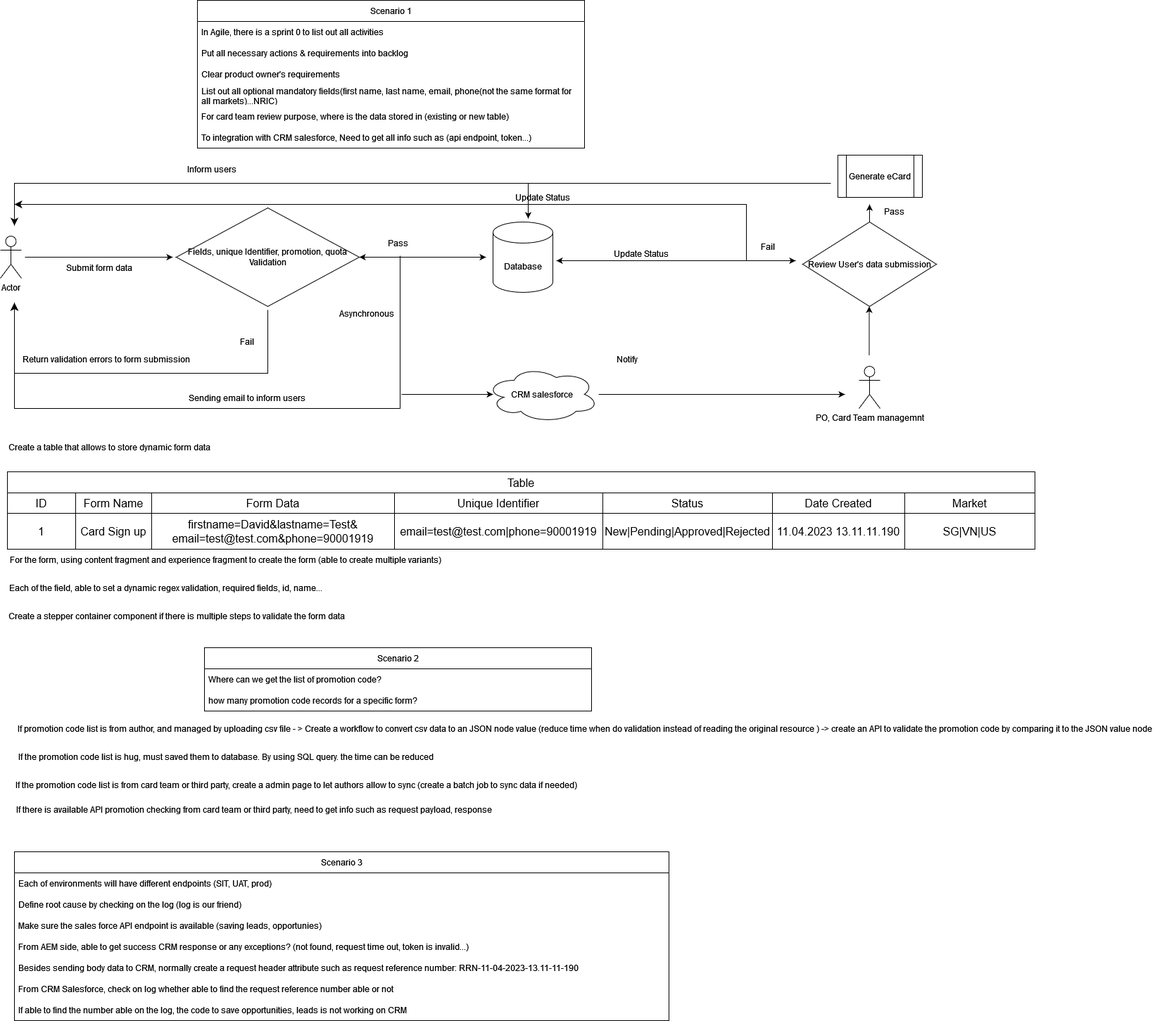
Earlier version of the draw.io export Untitled Diagram.drawio.png (huy3890/test). Source tidied: cells renumbered, new cells last; positions are measured from the earlier drawing's top-left corner, leaving out a move shared by most shapes.
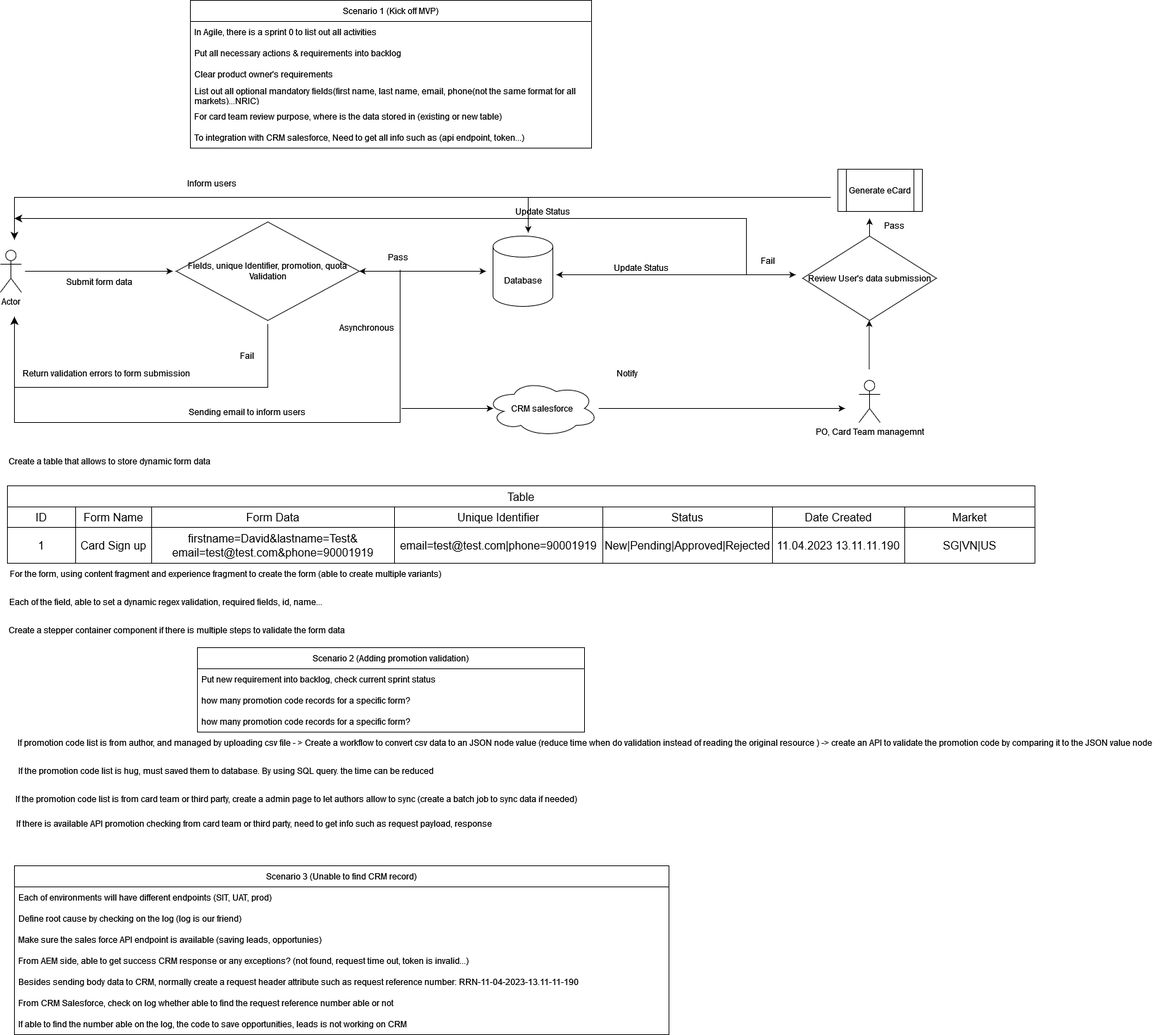
After the change.

The edit, as a diff of the source:
```diff
@@ -2,26 +2,26 @@
   <root>
     <mxCell id="0" />
     <mxCell id="1" parent="0" />
-    <mxCell id="2" value="Scenario 1" style="swimlane;fontStyle=0;horizontal=1;startSize=30;whiteSpace=wrap;html=1;" parent="1" vertex="1">
-      <mxGeometry x="280" width="550" height="210" as="geometry" />
+    <mxCell id="2" value="Scenario 1 (Kick off MVP)" style="swimlane;fontStyle=0;horizontal=1;startSize=30;whiteSpace=wrap;html=1;" parent="1" vertex="1">
+      <mxGeometry x="270" y="-20" width="570" height="210" as="geometry" />
     </mxCell>
     <mxCell id="3" value="In Agile, there is a sprint 0 to list out all activities" style="text;strokeColor=none;fillColor=none;align=left;verticalAlign=middle;spacingLeft=4;spacingRight=4;overflow=hidden;whiteSpace=wrap;html=1;" parent="2" vertex="1">
-      <mxGeometry y="30" width="550" height="30" as="geometry" />
+      <mxGeometry y="30" width="570" height="30" as="geometry" />
     </mxCell>
     <mxCell id="4" value="Put all necessary actions &amp;amp; requirements into backlog&amp;nbsp; " style="text;strokeColor=none;fillColor=none;align=left;verticalAlign=middle;spacingLeft=4;spacingRight=4;overflow=hidden;whiteSpace=wrap;html=1;" parent="2" vertex="1">
-      <mxGeometry y="60" width="550" height="30" as="geometry" />
+      <mxGeometry y="60" width="570" height="30" as="geometry" />
     </mxCell>
     <mxCell id="5" value="Clear product owner's requirements" style="text;strokeColor=none;fillColor=none;align=left;verticalAlign=middle;spacingLeft=4;spacingRight=4;overflow=hidden;whiteSpace=wrap;html=1;" parent="2" vertex="1">
-      <mxGeometry y="90" width="550" height="30" as="geometry" />
+      <mxGeometry y="90" width="570" height="30" as="geometry" />
     </mxCell>
     <mxCell id="6" value="List out all optional mandatory fields(first name, last name, email, phone(not the same format for all markets)...NRIC)" style="text;strokeColor=none;fillColor=none;align=left;verticalAlign=middle;spacingLeft=4;spacingRight=4;overflow=hidden;whiteSpace=wrap;html=1;" parent="2" vertex="1">
-      <mxGeometry y="120" width="550" height="30" as="geometry" />
+      <mxGeometry y="120" width="570" height="30" as="geometry" />
     </mxCell>
     <mxCell id="7" value="For card team review purpose, where is the data stored in (existing or new table)" style="text;strokeColor=none;fillColor=none;align=left;verticalAlign=middle;spacingLeft=4;spacingRight=4;overflow=hidden;whiteSpace=wrap;html=1;" parent="2" vertex="1">
-      <mxGeometry y="150" width="550" height="30" as="geometry" />
+      <mxGeometry y="150" width="570" height="30" as="geometry" />
     </mxCell>
     <mxCell id="8" value="To integration with CRM salesforce, Need to get all info such as (api endpoint, token...)" style="text;strokeColor=none;fillColor=none;align=left;verticalAlign=middle;spacingLeft=4;spacingRight=4;overflow=hidden;whiteSpace=wrap;html=1;" parent="2" vertex="1">
-      <mxGeometry y="180" width="550" height="30" as="geometry" />
+      <mxGeometry y="180" width="570" height="30" as="geometry" />
     </mxCell>
     <mxCell id="9" value="Table" style="shape=table;startSize=30;strokeColor=default;fontSize=16;" parent="1" vertex="1">
       <mxGeometry x="10" y="670" width="1460" height="110" as="geometry" />
@@ -122,14 +122,17 @@
     <mxCell id="38" value="Create a stepper container component if there is multiple steps to validate the form data" style="text;html=1;align=center;verticalAlign=middle;strokeColor=none;fillColor=none;" parent="1" vertex="1">
       <mxGeometry y="860" width="500" height="30" as="geometry" />
     </mxCell>
-    <mxCell id="39" value="Scenario 2" style="swimlane;fontStyle=0;horizontal=1;startSize=30;whiteSpace=wrap;html=1;" parent="1" vertex="1">
-      <mxGeometry x="290" y="920" width="550" height="90" as="geometry" />
+    <mxCell id="39" value="Scenario 2 (Adding promotion validation)" style="swimlane;fontStyle=0;horizontal=1;startSize=30;whiteSpace=wrap;html=1;" parent="1" vertex="1">
+      <mxGeometry x="280" y="900" width="550" height="120" as="geometry" />
     </mxCell>
-    <mxCell id="40" value="Where can we get the list of promotion code?" style="text;strokeColor=none;fillColor=none;align=left;verticalAlign=middle;spacingLeft=4;spacingRight=4;overflow=hidden;whiteSpace=wrap;html=1;" parent="39" vertex="1">
+    <mxCell id="40" value="Put new requirement into backlog, check current sprint status" style="text;strokeColor=none;fillColor=none;align=left;verticalAlign=middle;spacingLeft=4;spacingRight=4;overflow=hidden;whiteSpace=wrap;html=1;" parent="39" vertex="1">
       <mxGeometry y="30" width="550" height="30" as="geometry" />
     </mxCell>
+    <mxCell id="76" value="how many promotion code records for a specific form?" style="text;strokeColor=none;fillColor=none;align=left;verticalAlign=middle;spacingLeft=4;spacingRight=4;overflow=hidden;whiteSpace=wrap;html=1;" parent="39" vertex="1">
+      <mxGeometry y="60" width="550" height="30" as="geometry" />
+    </mxCell>
     <mxCell id="41" value="how many promotion code records for a specific form?" style="text;strokeColor=none;fillColor=none;align=left;verticalAlign=middle;spacingLeft=4;spacingRight=4;overflow=hidden;whiteSpace=wrap;html=1;" parent="39" vertex="1">
-      <mxGeometry y="60" width="550" height="30" as="geometry" />
+      <mxGeometry y="90" width="550" height="30" as="geometry" />
     </mxCell>
     <mxCell id="42" value="If promotion code list is from author, and managed by uploading csv file - &amp;gt; Create a workflow to convert csv data to an JSON node value (reduce time when do validation instead of reading the original resource ) -&amp;gt; create an API to validate the promotion code by comparing it to the JSON value node " style="text;html=1;align=center;verticalAlign=middle;strokeColor=none;fillColor=none;" parent="1" vertex="1">
       <mxGeometry x="10" y="1020" width="1640" height="30" as="geometry" />
@@ -140,7 +143,7 @@
     <mxCell id="44" value="If the promotion code list is from card team or third party, create a admin page to let authors allow to sync (create a batch job to sync data if needed)" style="text;html=1;align=center;verticalAlign=middle;strokeColor=none;fillColor=none;" parent="1" vertex="1">
       <mxGeometry x="10" y="1100" width="820" height="30" as="geometry" />
     </mxCell>
-    <mxCell id="45" value="Scenario 3" style="swimlane;fontStyle=0;horizontal=1;startSize=30;whiteSpace=wrap;html=1;" parent="1" vertex="1">
+    <mxCell id="45" value="Scenario 3 (Unable to find CRM record)" style="swimlane;fontStyle=0;horizontal=1;startSize=30;whiteSpace=wrap;html=1;" parent="1" vertex="1">
       <mxGeometry x="20" y="1210" width="930" height="240" as="geometry" />
     </mxCell>
     <mxCell id="46" value="Each of environments will have different endpoints (SIT, UAT, prod)" style="text;strokeColor=none;fillColor=none;align=left;verticalAlign=middle;spacingLeft=4;spacingRight=4;overflow=hidden;whiteSpace=wrap;html=1;" parent="45" vertex="1">
```
